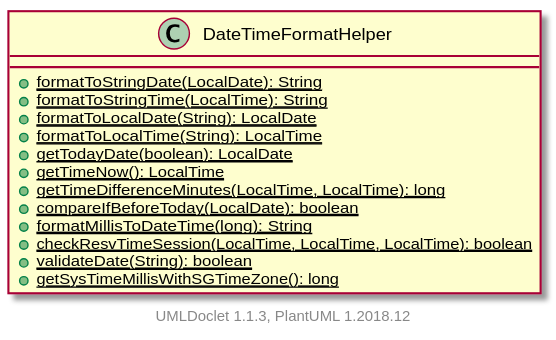
Above: projects/oodp/html/umlversion/uml/sg.edu.ntu.scse.cz2002.util.DateTimeFormatHelper.svg in itachi1706/How-to-use-Git-NTUSCSE1819-Site (PlantUML), before the change.
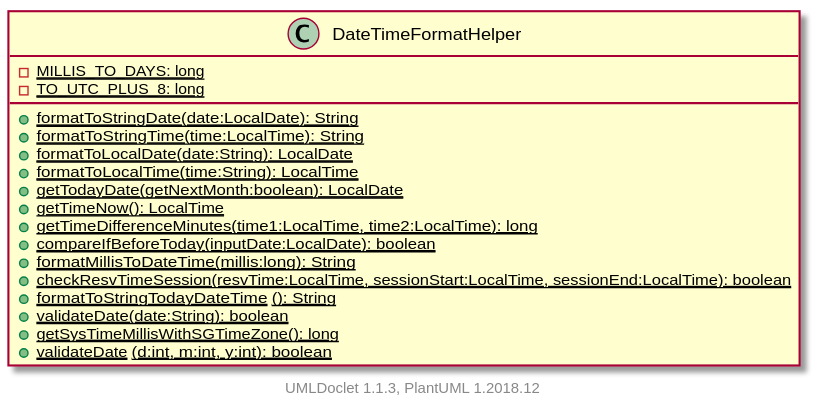
Above is the later version.

Diff of the diagram source:
```diff
@@ -1,18 +1,22 @@
 @startuml
 
-    class DateTimeFormatHelper {
-        {static} +formatToStringDate(LocalDate): String
-        {static} +formatToStringTime(LocalTime): String
-        {static} +formatToLocalDate(String): LocalDate
-        {static} +formatToLocalTime(String): LocalTime
-        {static} +getTodayDate(boolean): LocalDate
+    class DateTimeFormatHelper [[../sg/edu/ntu/scse/cz2002/util/DateTimeFormatHelper.html]] {
+        {static} -MILLIS_TO_DAYS: long
+        {static} -TO_UTC_PLUS_8: long
+        {static} +formatToStringDate(date:LocalDate): String
+        {static} +formatToStringTime(time:LocalTime): String
+        {static} +formatToLocalDate(date:String): LocalDate
+        {static} +formatToLocalTime(time:String): LocalTime
+        {static} +getTodayDate(getNextMonth:boolean): LocalDate
         {static} +getTimeNow(): LocalTime
-        {static} +getTimeDifferenceMinutes(LocalTime, LocalTime): long
-        {static} +compareIfBeforeToday(LocalDate): boolean
-        {static} +formatMillisToDateTime(long): String
-        {static} +checkResvTimeSession(LocalTime, LocalTime, LocalTime): boolean
-        {static} +validateDate(String): boolean
+        {static} +getTimeDifferenceMinutes(time1:LocalTime, time2:LocalTime): long
+        {static} +compareIfBeforeToday(inputDate:LocalDate): boolean
+        {static} +formatMillisToDateTime(millis:long): String
+        {static} +checkResvTimeSession(resvTime:LocalTime, sessionStart:LocalTime, sessionEnd:LocalTime): boolean
+        {static} + --formatToStringTodayDateTime-- (): String
+        {static} +validateDate(date:String): boolean
         {static} +getSysTimeMillisWithSGTimeZone(): long
+        {static} + --validateDate-- (d:int, m:int, y:int): boolean
     }
 
 
```
